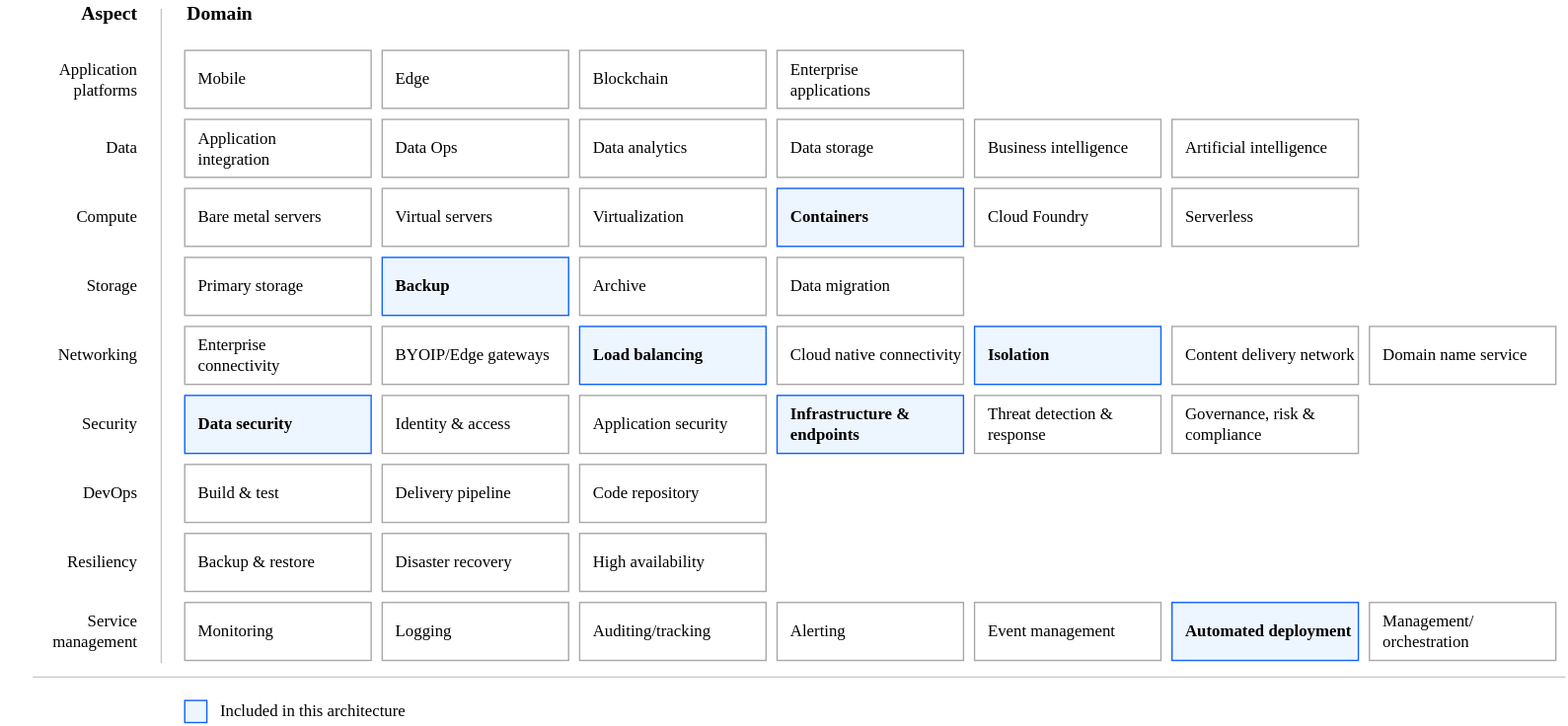
terraform-ibm-modules/terraform-ibm-base-ocp-vpc keeps this draw.io diagram as reference-architecture/heat-map-deploy-arch-ocp-fully-configurable.svg. Above is the earlier version. Source tidied: cells renumbered, new cells last; positions are measured from the earlier drawing's top-left corner, leaving out a move shared by most shapes.
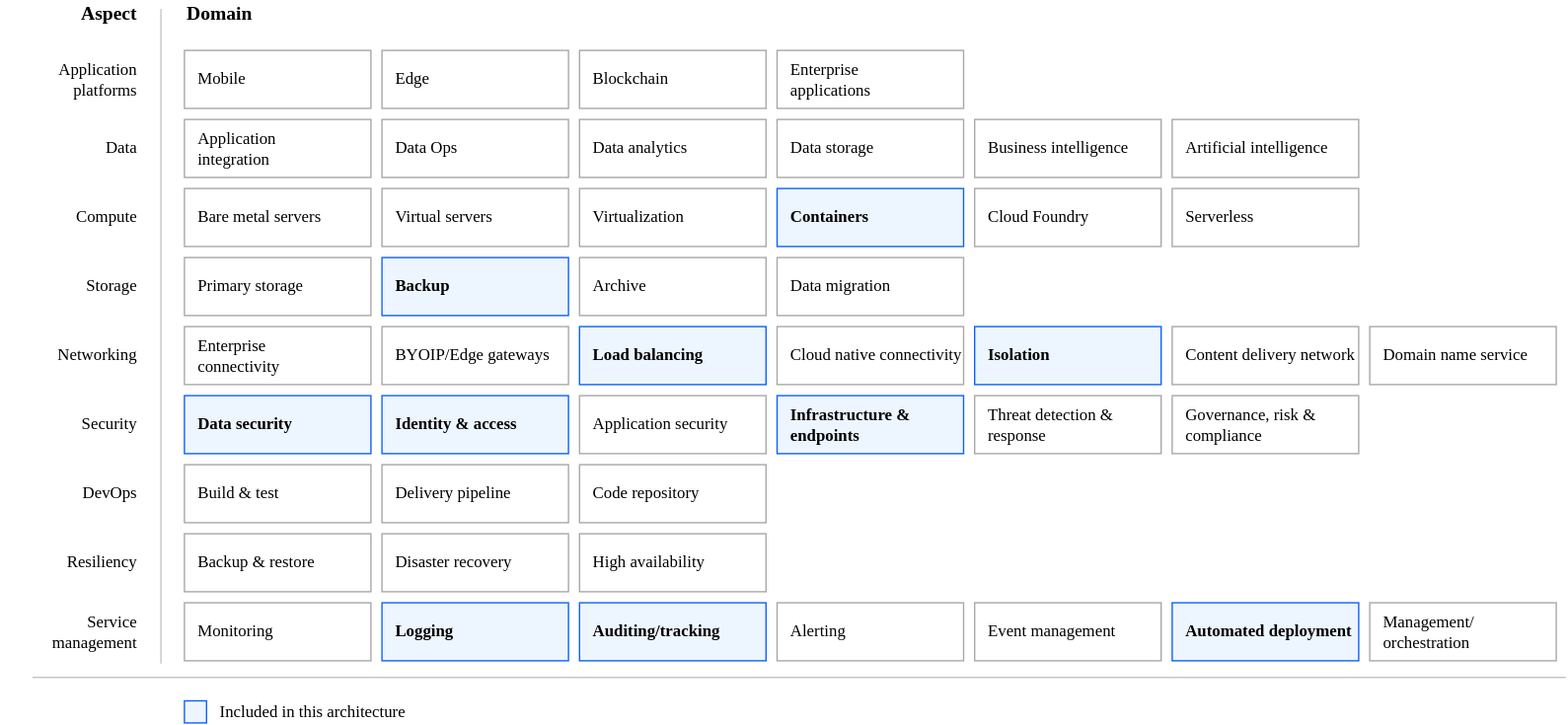
Above is the later version.

The edit, as a diff of the source:
```diff
@@ -92,7 +92,7 @@
     <mxCell id="31" value="Domain name service" style="rounded=0;whiteSpace=wrap;html=1;strokeColor=#A8A8A8;align=left;spacingLeft=8;fontFamily=IBM Plex Sans;fillColor=default;fontStyle=0;" parent="1" vertex="1">
       <mxGeometry x="991" y="236" width="135" height="42" as="geometry" />
     </mxCell>
-    <mxCell id="32" value="Identity &amp;amp; access" style="rounded=0;whiteSpace=wrap;html=1;strokeColor=#A8A8A8;align=left;spacingLeft=8;fontFamily=IBM Plex Sans;fillColor=default;fontStyle=0;" parent="1" vertex="1">
+    <mxCell id="32" value="Identity &amp;amp; access" style="rounded=0;whiteSpace=wrap;html=1;strokeColor=light-dark(#0e62fd, #5d5d5d);align=left;spacingLeft=8;fontFamily=IBM Plex Sans;fillColor=#EDF5FF;fontStyle=1;" parent="1" vertex="1">
       <mxGeometry x="276" y="286" width="135" height="42" as="geometry" />
     </mxCell>
     <mxCell id="33" value="Application security" style="rounded=0;whiteSpace=wrap;html=1;strokeColor=#A8A8A8;align=left;spacingLeft=8;fontFamily=IBM Plex Sans;fillColor=default;fontStyle=0;" parent="1" vertex="1">
@@ -119,10 +119,10 @@
     <mxCell id="40" value="High availability" style="rounded=0;whiteSpace=wrap;html=1;strokeColor=#A8A8A8;align=left;spacingLeft=8;fontFamily=IBM Plex Sans;fillColor=default;fontStyle=0;" parent="1" vertex="1">
       <mxGeometry x="419" y="386" width="135" height="42" as="geometry" />
     </mxCell>
-    <mxCell id="41" value="Logging" style="rounded=0;whiteSpace=wrap;html=1;strokeColor=#A8A8A8;align=left;spacingLeft=8;fontFamily=IBM Plex Sans;fillColor=default;fontStyle=0;" parent="1" vertex="1">
+    <mxCell id="41" value="Logging" style="rounded=0;whiteSpace=wrap;html=1;strokeColor=light-dark(#0e62fd, #5d5d5d);align=left;spacingLeft=8;fontFamily=IBM Plex Sans;fillColor=light-dark(#edf5ff, #ededed);fontStyle=1;" parent="1" vertex="1">
       <mxGeometry x="276" y="436" width="135" height="42" as="geometry" />
     </mxCell>
-    <mxCell id="42" value="Auditing/tracking" style="rounded=0;whiteSpace=wrap;html=1;strokeColor=#A8A8A8;align=left;spacingLeft=8;fontFamily=IBM Plex Sans;fillColor=default;fontStyle=0;" parent="1" vertex="1">
+    <mxCell id="42" value="Auditing/tracking" style="rounded=0;whiteSpace=wrap;html=1;strokeColor=light-dark(#0e62fd, #5d5d5d);align=left;spacingLeft=8;fontFamily=IBM Plex Sans;fillColor=#EDF5FF;fontStyle=1;" parent="1" vertex="1">
       <mxGeometry x="419" y="436" width="135" height="42" as="geometry" />
     </mxCell>
     <mxCell id="43" value="Alerting" style="rounded=0;whiteSpace=wrap;html=1;strokeColor=#A8A8A8;align=left;spacingLeft=8;fontFamily=IBM Plex Sans;fillColor=default;fontStyle=0;" parent="1" vertex="1">
```
